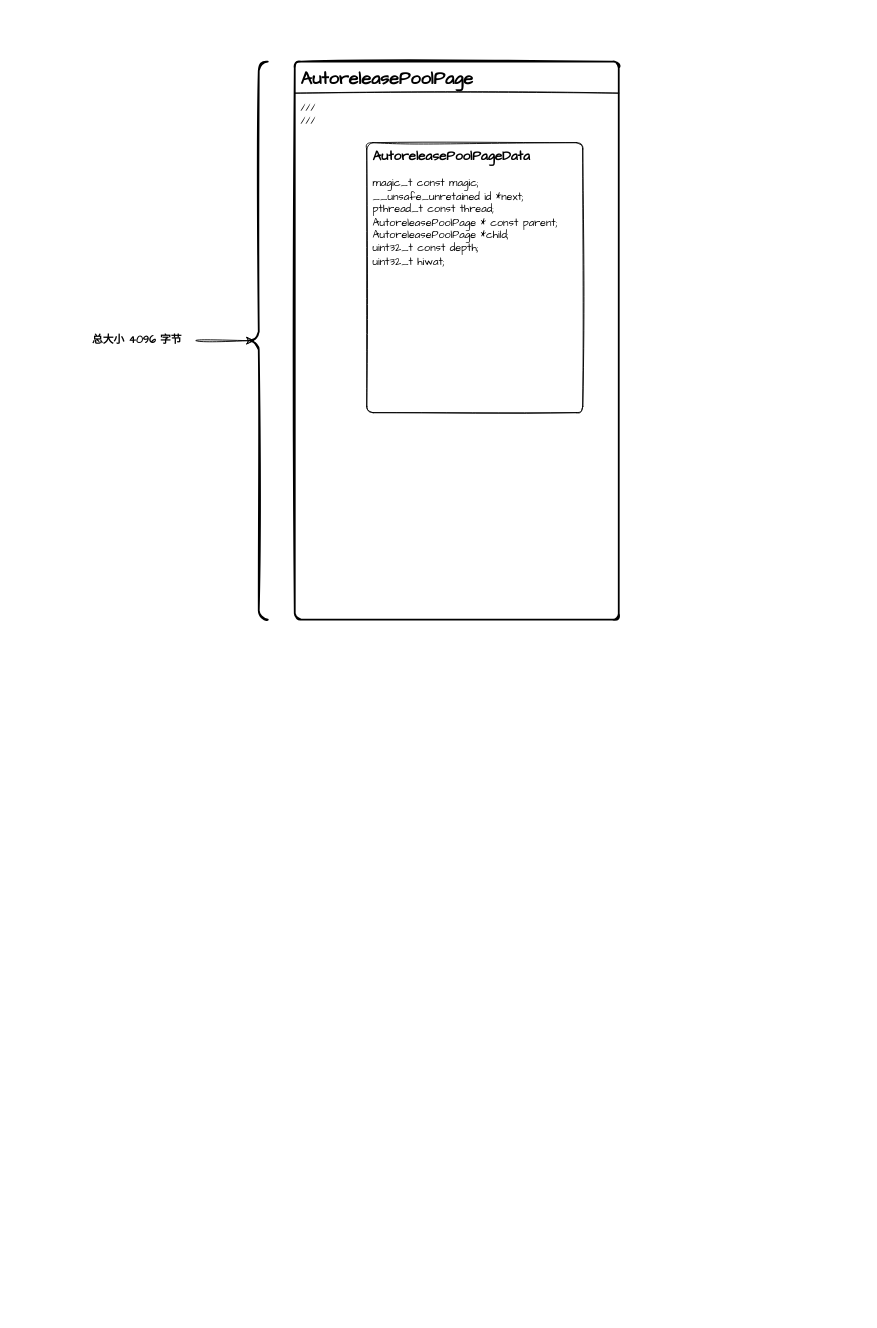
Earlier version of the draw.io diagram Algorithm_C/Block/md/AutoreleasePool结构图.drawio (chm994483868/AlgorithmExample). Source tidied: cells renumbered, new cells numbered last; positions are measured from the earlier drawing's top-left corner, leaving out a move shared by most shapes. Both pictures are drawn from the tidied source at 90%, with x=0, y=0 at pixel (78, 61).
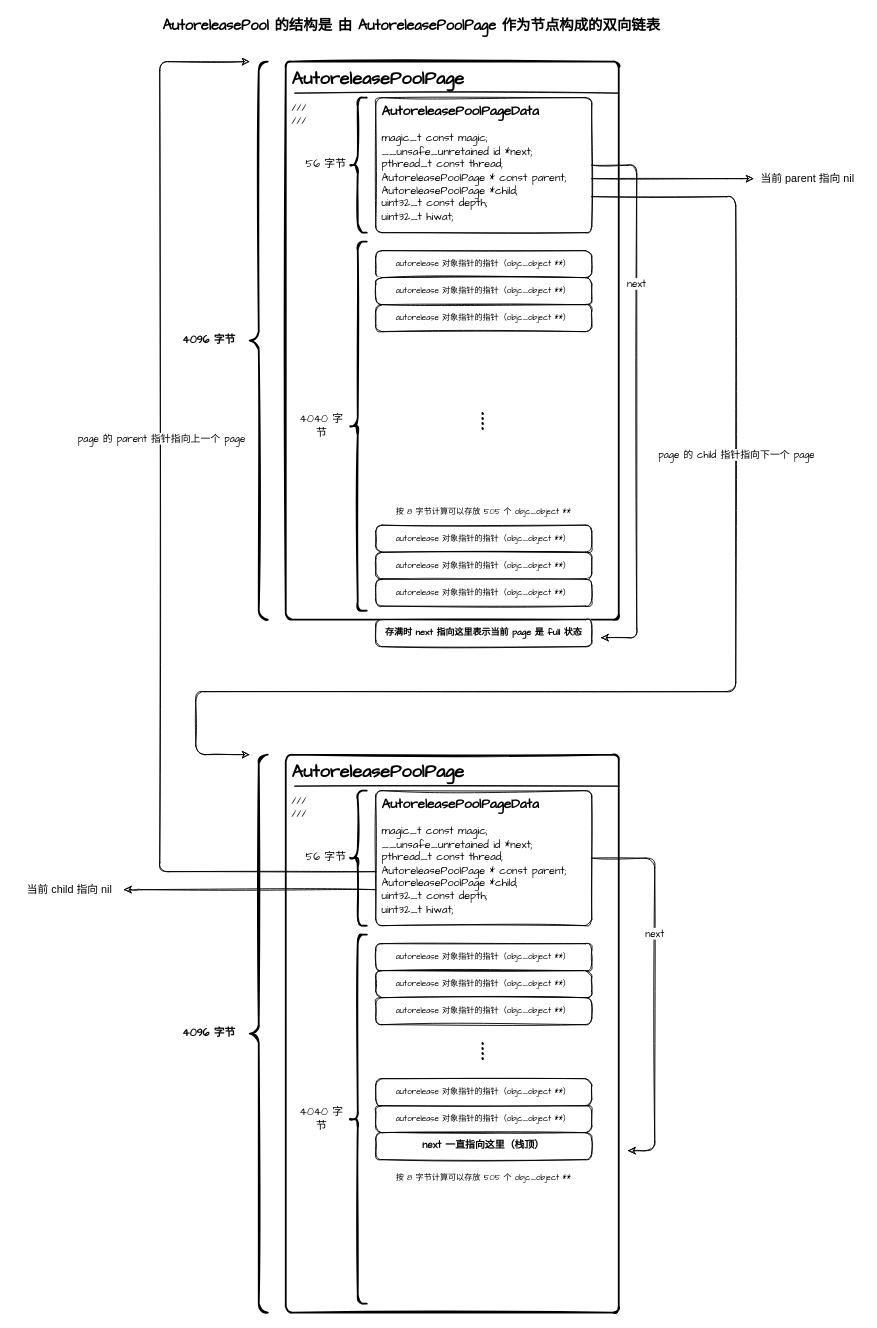
Above is the later version.

Unchanged cells that the change refers to:
```xml
<mxCell id="3" style="labelPosition=right;align=left;strokeWidth=2;shape=mxgraph.mockup.markup.curlyBrace;html=1;shadow=0;direction=north;sketch=1;fontFamily=Comic Sans MS;" parent="1" vertex="1">
  <mxGeometry x="190" width="20" height="620" as="geometry" />
</mxCell>
```

The edit, as a diff of the source:
```diff
@@
     <mxCell id="2" value="&lt;font size=&quot;1&quot;&gt;&lt;b style=&quot;font-size: 20px&quot;&gt;AutoreleasePoolPage&lt;/b&gt;&lt;/font&gt;&lt;br&gt;&lt;br&gt;///&lt;br&gt;///" style="rounded=1;whiteSpace=wrap;html=1;absoluteArcSize=1;arcSize=14;strokeWidth=2;sketch=1;fontFamily=Comic Sans MS;align=left;spacingLeft=5;verticalAlign=top;" parent="1" vertex="1">
-      <mxGeometry x="240" width="360" height="620" as="geometry" />
+      <mxGeometry x="230" width="370" height="620" as="geometry" />
     </mxCell>
@@
-    <mxCell id="4" style="edgeStyle=orthogonalEdgeStyle;curved=1;sketch=1;jettySize=auto;html=1;entryX=0.5;entryY=0.25;entryDx=0;entryDy=0;entryPerimeter=0;fontFamily=Comic Sans MS;" parent="1" edge="1" source="5" target="3">
-      <mxGeometry relative="1" as="geometry" />
-    </mxCell>
-    <mxCell id="5" value="&lt;b&gt;总大小 4096 字节&lt;/b&gt;" style="text;html=1;strokeColor=none;fillColor=none;align=center;verticalAlign=middle;whiteSpace=wrap;rounded=0;sketch=1;fontFamily=Comic Sans MS;" parent="1" vertex="1">
-      <mxGeometry y="300" width="130" height="20" as="geometry" />
+    <mxCell id="5" value="&lt;b&gt;4096 字节&lt;/b&gt;" style="text;html=1;strokeColor=none;fillColor=none;align=center;verticalAlign=middle;whiteSpace=wrap;rounded=0;sketch=1;fontFamily=Comic Sans MS;" parent="1" vertex="1">
+      <mxGeometry x="80" y="300" width="130" height="20" as="geometry" />
     </mxCell>
+    <mxCell id="8" style="edgeStyle=orthogonalEdgeStyle;rounded=1;sketch=1;jettySize=auto;html=1;fontFamily=Comic Sans MS;" parent="1" edge="1" source="6" target="25">
+      <mxGeometry relative="1" as="geometry">
+        <Array as="points">
+          <mxPoint x="730" y="150" />
+          <mxPoint x="730" y="700" />
+          <mxPoint x="130" y="700" />
+          <mxPoint x="130" y="770" />
+        </Array>
+      </mxGeometry>
+    </mxCell>
+    <mxCell id="9" value="page 的 child 指针指向下一个 page&amp;nbsp;" style="edgeLabel;html=1;align=center;verticalAlign=middle;fontFamily=Comic Sans MS;" parent="8" vertex="1">
+      <mxGeometry x="-0.38" y="2" relative="1" as="geometry" />
+    </mxCell>
+    <mxCell id="10" style="edgeStyle=orthogonalEdgeStyle;rounded=1;sketch=1;jettySize=auto;html=1;fontFamily=Comic Sans MS;" parent="1" edge="1" source="6">
+      <mxGeometry relative="1" as="geometry">
+        <mxPoint x="750" y="130" as="targetPoint" />
+        <Array as="points">
+          <mxPoint x="730" y="130" />
+        </Array>
+      </mxGeometry>
+    </mxCell>
+    <mxCell id="11" style="edgeStyle=orthogonalEdgeStyle;rounded=1;sketch=1;jettySize=auto;html=1;fontFamily=Comic Sans MS;" parent="1" edge="1" source="6">
+      <mxGeometry relative="1" as="geometry">
+        <mxPoint x="580" y="640" as="targetPoint" />
+        <Array as="points">
+          <mxPoint x="620" y="115" />
+          <mxPoint x="620" y="640" />
+        </Array>
+      </mxGeometry>
+    </mxCell>
+    <mxCell id="12" value="next&amp;nbsp;" style="edgeLabel;html=1;align=center;verticalAlign=middle;fontFamily=Comic Sans MS;" parent="11" vertex="1">
+      <mxGeometry x="-0.41" y="1" relative="1" as="geometry" />
+    </mxCell>
     <mxCell id="6" value="&lt;font style=&quot;font-size: 15px&quot;&gt;&lt;b&gt;AutoreleasePoolPageData&lt;/b&gt;&lt;/font&gt;&lt;br&gt;&lt;br&gt;&lt;div&gt;magic_t const magic;&lt;/div&gt;&lt;div&gt;__unsafe_unretained id *next;&lt;/div&gt;&lt;div&gt;pthread_t const thread;&lt;/div&gt;&lt;div&gt;AutoreleasePoolPage * const parent;&lt;/div&gt;&lt;div&gt;AutoreleasePoolPage *child;&lt;/div&gt;&lt;div&gt;uint32_t const depth;&lt;/div&gt;&lt;div&gt;uint32_t hiwat;&lt;/div&gt;" style="rounded=1;whiteSpace=wrap;html=1;absoluteArcSize=1;arcSize=14;strokeWidth=1;sketch=1;fontFamily=Comic Sans MS;align=left;verticalAlign=top;spacingLeft=5;" parent="1" vertex="1">
-      <mxGeometry x="320" y="90" width="240" height="300" as="geometry" />
+      <mxGeometry x="330" y="40" width="240" height="150" as="geometry" />
     </mxCell>
@@
+    <mxCell id="13" style="shape=curlyBracket;whiteSpace=wrap;html=1;rounded=1;sketch=1;strokeWidth=2;" parent="1" vertex="1">
+      <mxGeometry x="300" y="40" width="20" height="150" as="geometry" />
+    </mxCell>
+    <mxCell id="14" value="56 字节" style="text;html=1;strokeColor=none;fillColor=none;align=center;verticalAlign=middle;whiteSpace=wrap;rounded=0;sketch=1;fontFamily=Comic Sans MS;" parent="1" vertex="1">
+      <mxGeometry x="250" y="105" width="50" height="20" as="geometry" />
+    </mxCell>
+    <mxCell id="15" style="shape=curlyBracket;whiteSpace=wrap;html=1;rounded=1;sketch=1;strokeWidth=2;fontFamily=Comic Sans MS;" parent="1" vertex="1">
+      <mxGeometry x="300" y="200" width="20" height="410" as="geometry" />
+    </mxCell>
+    <mxCell id="16" value="4040 字节" style="text;html=1;strokeColor=none;fillColor=none;align=center;verticalAlign=middle;whiteSpace=wrap;rounded=0;sketch=1;fontFamily=Comic Sans MS;" parent="1" vertex="1">
+      <mxGeometry x="240" y="395" width="60" height="20" as="geometry" />
+    </mxCell>
+    <mxCell id="17" value="&lt;font style=&quot;font-size: 9px&quot;&gt;autorelease 对象指针的指针（objc_object **）&lt;/font&gt;" style="rounded=1;whiteSpace=wrap;html=1;absoluteArcSize=1;arcSize=14;strokeWidth=1;sketch=1;fontFamily=Comic Sans MS;" parent="1" vertex="1">
+      <mxGeometry x="330" y="210" width="240" height="30" as="geometry" />
+    </mxCell>
+    <mxCell id="18" value="&lt;font style=&quot;font-size: 9px&quot;&gt;autorelease 对象指针的指针（objc_object **）&lt;/font&gt;" style="rounded=1;whiteSpace=wrap;html=1;absoluteArcSize=1;arcSize=14;strokeWidth=1;sketch=1;fontFamily=Comic Sans MS;" parent="1" vertex="1">
+      <mxGeometry x="330" y="240" width="240" height="30" as="geometry" />
+    </mxCell>
+    <mxCell id="19" value="&lt;font style=&quot;font-size: 9px&quot;&gt;autorelease 对象指针的指针（objc_object **）&lt;/font&gt;" style="rounded=1;whiteSpace=wrap;html=1;absoluteArcSize=1;arcSize=14;strokeWidth=1;sketch=1;fontFamily=Comic Sans MS;" parent="1" vertex="1">
+      <mxGeometry x="330" y="270" width="240" height="30" as="geometry" />
+    </mxCell>
+    <mxCell id="20" value="&lt;font style=&quot;font-size: 9px&quot;&gt;autorelease 对象指针的指针（objc_object **）&lt;/font&gt;" style="rounded=1;whiteSpace=wrap;html=1;absoluteArcSize=1;arcSize=14;strokeWidth=1;sketch=1;fontFamily=Comic Sans MS;" parent="1" vertex="1">
+      <mxGeometry x="330" y="545" width="240" height="30" as="geometry" />
+    </mxCell>
+    <mxCell id="21" value="&lt;font style=&quot;font-size: 9px&quot;&gt;autorelease 对象指针的指针（objc_object **）&lt;/font&gt;" style="rounded=1;whiteSpace=wrap;html=1;absoluteArcSize=1;arcSize=14;strokeWidth=1;sketch=1;fontFamily=Comic Sans MS;" parent="1" vertex="1">
+      <mxGeometry x="330" y="515" width="240" height="30" as="geometry" />
+    </mxCell>
+    <mxCell id="22" value="&lt;font style=&quot;font-size: 9px&quot;&gt;按 8 字节计算可以存放 505 个 objc_object **&lt;/font&gt;" style="text;html=1;strokeColor=none;fillColor=none;align=center;verticalAlign=middle;whiteSpace=wrap;rounded=0;sketch=1;fontFamily=Comic Sans MS;" parent="1" vertex="1">
+      <mxGeometry x="330" y="490" width="240" height="20" as="geometry" />
+    </mxCell>
+    <mxCell id="23" value="&lt;h1&gt;&lt;span style=&quot;font-size: 39px ; font-weight: normal&quot;&gt;....&lt;/span&gt;&lt;br&gt;&lt;/h1&gt;" style="text;html=1;strokeColor=none;fillColor=none;align=center;verticalAlign=middle;whiteSpace=wrap;rounded=0;sketch=1;fontFamily=Comic Sans MS;rotation=90;" parent="1" vertex="1">
+      <mxGeometry x="440" y="390" width="40" height="20" as="geometry" />
+    </mxCell>
+    <mxCell id="24" value="&lt;font size=&quot;1&quot;&gt;&lt;b style=&quot;font-size: 20px&quot;&gt;AutoreleasePoolPage&lt;/b&gt;&lt;/font&gt;&lt;br&gt;&lt;br&gt;///&lt;br&gt;///" style="rounded=1;whiteSpace=wrap;html=1;absoluteArcSize=1;arcSize=14;strokeWidth=2;sketch=1;fontFamily=Comic Sans MS;align=left;spacingLeft=5;verticalAlign=top;" parent="1" vertex="1">
+      <mxGeometry x="230" y="770" width="370" height="620" as="geometry" />
+    </mxCell>
+    <mxCell id="25" style="labelPosition=right;align=left;strokeWidth=2;shape=mxgraph.mockup.markup.curlyBrace;html=1;shadow=0;direction=north;sketch=1;fontFamily=Comic Sans MS;" parent="1" vertex="1">
+      <mxGeometry x="190" y="770" width="20" height="620" as="geometry" />
+    </mxCell>
+    <mxCell id="26" style="edgeStyle=orthogonalEdgeStyle;rounded=1;sketch=1;jettySize=auto;html=1;fontFamily=Comic Sans MS;" parent="1" edge="1" source="31" target="3">
+      <mxGeometry relative="1" as="geometry">
+        <Array as="points">
+          <mxPoint x="90" y="900" />
+          <mxPoint x="90" />
+        </Array>
+      </mxGeometry>
+    </mxCell>
+    <mxCell id="27" value="page 的 parent 指针指向上一个 page" style="edgeLabel;html=1;align=center;verticalAlign=middle;fontFamily=Comic Sans MS;" parent="26" vertex="1">
+      <mxGeometry x="-0.05" y="-1" relative="1" as="geometry">
+        <mxPoint y="-133" as="offset" />
+      </mxGeometry>
+    </mxCell>
+    <mxCell id="28" style="edgeStyle=orthogonalEdgeStyle;rounded=1;sketch=1;jettySize=auto;html=1;fontFamily=Comic Sans MS;" parent="1" edge="1" source="31" target="49">
+      <mxGeometry relative="1" as="geometry">
+        <Array as="points">
+          <mxPoint x="60" y="920" />
+        </Array>
+      </mxGeometry>
+    </mxCell>
+    <mxCell id="29" style="edgeStyle=orthogonalEdgeStyle;rounded=1;sketch=1;jettySize=auto;html=1;fontFamily=Comic Sans MS;" parent="1" edge="1" source="31">
+      <mxGeometry relative="1" as="geometry">
+        <mxPoint x="610" y="1210" as="targetPoint" />
+        <Array as="points">
+          <mxPoint x="640" y="885" />
+          <mxPoint x="640" y="1210" />
+        </Array>
+      </mxGeometry>
+    </mxCell>
+    <mxCell id="30" value="next" style="edgeLabel;html=1;align=center;verticalAlign=middle;fontFamily=Comic Sans MS;" parent="29" vertex="1">
+      <mxGeometry x="-0.28" y="-1" relative="1" as="geometry" />
+    </mxCell>
+    <mxCell id="31" value="&lt;font style=&quot;font-size: 15px&quot;&gt;&lt;b&gt;AutoreleasePoolPageData&lt;/b&gt;&lt;/font&gt;&lt;br&gt;&lt;br&gt;&lt;div&gt;magic_t const magic;&lt;/div&gt;&lt;div&gt;__unsafe_unretained id *next;&lt;/div&gt;&lt;div&gt;pthread_t const thread;&lt;/div&gt;&lt;div&gt;AutoreleasePoolPage * const parent;&lt;/div&gt;&lt;div&gt;AutoreleasePoolPage *child;&lt;/div&gt;&lt;div&gt;uint32_t const depth;&lt;/div&gt;&lt;div&gt;uint32_t hiwat;&lt;/div&gt;" style="rounded=1;whiteSpace=wrap;html=1;absoluteArcSize=1;arcSize=14;strokeWidth=1;sketch=1;fontFamily=Comic Sans MS;align=left;verticalAlign=top;spacingLeft=5;" parent="1" vertex="1">
+      <mxGeometry x="330" y="810" width="240" height="150" as="geometry" />
+    </mxCell>
+    <mxCell id="32" style="line;strokeWidth=1;html=1;sketch=1;gradientColor=none;fontFamily=Comic Sans MS;align=left;" parent="1" vertex="1">
+      <mxGeometry x="240" y="800" width="360" height="10" as="geometry" />
+    </mxCell>
+    <mxCell id="33" style="shape=curlyBracket;whiteSpace=wrap;html=1;rounded=1;sketch=1;strokeWidth=2;" parent="1" vertex="1">
+      <mxGeometry x="300" y="810" width="20" height="150" as="geometry" />
+    </mxCell>
+    <mxCell id="34" value="56 字节" style="text;html=1;strokeColor=none;fillColor=none;align=center;verticalAlign=middle;whiteSpace=wrap;rounded=0;sketch=1;fontFamily=Comic Sans MS;" parent="1" vertex="1">
+      <mxGeometry x="250" y="875" width="50" height="20" as="geometry" />
+    </mxCell>
+    <mxCell id="35" style="shape=curlyBracket;whiteSpace=wrap;html=1;rounded=1;sketch=1;strokeWidth=2;fontFamily=Comic Sans MS;" parent="1" vertex="1">
+      <mxGeometry x="300" y="970" width="20" height="410" as="geometry" />
+    </mxCell>
+    <mxCell id="36" value="4040 字节" style="text;html=1;strokeColor=none;fillColor=none;align=center;verticalAlign=middle;whiteSpace=wrap;rounded=0;sketch=1;fontFamily=Comic Sans MS;" parent="1" vertex="1">
+      <mxGeometry x="240" y="1165" width="60" height="20" as="geometry" />
+    </mxCell>
+    <mxCell id="37" value="&lt;font style=&quot;font-size: 9px&quot;&gt;autorelease 对象指针的指针（objc_object **）&lt;/font&gt;" style="rounded=1;whiteSpace=wrap;html=1;absoluteArcSize=1;arcSize=14;strokeWidth=1;sketch=1;fontFamily=Comic Sans MS;" parent="1" vertex="1">
+      <mxGeometry x="330" y="980" width="240" height="30" as="geometry" />
+    </mxCell>
+    <mxCell id="38" value="&lt;font style=&quot;font-size: 9px&quot;&gt;autorelease 对象指针的指针（objc_object **）&lt;/font&gt;" style="rounded=1;whiteSpace=wrap;html=1;absoluteArcSize=1;arcSize=14;strokeWidth=1;sketch=1;fontFamily=Comic Sans MS;" parent="1" vertex="1">
+      <mxGeometry x="330" y="1010" width="240" height="30" as="geometry" />
+    </mxCell>
+    <mxCell id="39" value="&lt;font style=&quot;font-size: 9px&quot;&gt;autorelease 对象指针的指针（objc_object **）&lt;/font&gt;" style="rounded=1;whiteSpace=wrap;html=1;absoluteArcSize=1;arcSize=14;strokeWidth=1;sketch=1;fontFamily=Comic Sans MS;" parent="1" vertex="1">
+      <mxGeometry x="330" y="1040" width="240" height="30" as="geometry" />
+    </mxCell>
+    <mxCell id="40" value="&lt;font style=&quot;font-size: 9px&quot;&gt;autorelease 对象指针的指针（objc_object **）&lt;/font&gt;" style="rounded=1;whiteSpace=wrap;html=1;absoluteArcSize=1;arcSize=14;strokeWidth=1;sketch=1;fontFamily=Comic Sans MS;" parent="1" vertex="1">
+      <mxGeometry x="330" y="1160" width="240" height="30" as="geometry" />
+    </mxCell>
+    <mxCell id="41" value="&lt;font style=&quot;font-size: 9px&quot;&gt;autorelease 对象指针的指针（objc_object **）&lt;/font&gt;" style="rounded=1;whiteSpace=wrap;html=1;absoluteArcSize=1;arcSize=14;strokeWidth=1;sketch=1;fontFamily=Comic Sans MS;" parent="1" vertex="1">
+      <mxGeometry x="330" y="1130" width="240" height="30" as="geometry" />
+    </mxCell>
+    <mxCell id="42" value="&lt;font style=&quot;font-size: 9px&quot;&gt;按 8 字节计算可以存放 505 个 objc_object **&lt;/font&gt;" style="text;html=1;strokeColor=none;fillColor=none;align=center;verticalAlign=middle;whiteSpace=wrap;rounded=0;sketch=1;fontFamily=Comic Sans MS;" parent="1" vertex="1">
+      <mxGeometry x="330" y="1230" width="240" height="20" as="geometry" />
+    </mxCell>
+    <mxCell id="43" value="&lt;h1&gt;&lt;span style=&quot;font-size: 39px ; font-weight: normal&quot;&gt;....&lt;/span&gt;&lt;br&gt;&lt;/h1&gt;" style="text;html=1;strokeColor=none;fillColor=none;align=center;verticalAlign=middle;whiteSpace=wrap;rounded=0;sketch=1;fontFamily=Comic Sans MS;rotation=90;" parent="1" vertex="1">
+      <mxGeometry x="440" y="1090" width="40" height="20" as="geometry" />
+    </mxCell>
+    <mxCell id="44" value="&lt;font size=&quot;1&quot;&gt;&lt;b style=&quot;font-size: 11px&quot;&gt;next 一直指向这里（栈顶）&lt;/b&gt;&lt;/font&gt;" style="rounded=1;whiteSpace=wrap;html=1;absoluteArcSize=1;arcSize=14;strokeWidth=1;sketch=1;fontFamily=Comic Sans MS;" parent="1" vertex="1">
+      <mxGeometry x="330" y="1190" width="240" height="30" as="geometry" />
+    </mxCell>
+    <mxCell id="45" value="&lt;b&gt;4096 字节&lt;/b&gt;" style="text;html=1;strokeColor=none;fillColor=none;align=center;verticalAlign=middle;whiteSpace=wrap;rounded=0;sketch=1;fontFamily=Comic Sans MS;" parent="1" vertex="1">
+      <mxGeometry x="80" y="1070" width="130" height="20" as="geometry" />
+    </mxCell>
+    <mxCell id="46" value="&lt;font size=&quot;1&quot;&gt;&lt;b&gt;存满时 next 指向这里表示当前 page 是 full 状态&lt;/b&gt;&lt;/font&gt;" style="rounded=1;whiteSpace=wrap;html=1;absoluteArcSize=1;arcSize=14;strokeWidth=1;sketch=1;fontFamily=Comic Sans MS;" parent="1" vertex="1">
+      <mxGeometry x="330" y="620" width="240" height="30" as="geometry" />
+    </mxCell>
+    <mxCell id="47" value="&lt;font style=&quot;font-size: 9px&quot;&gt;autorelease 对象指针的指针（objc_object **）&lt;/font&gt;" style="rounded=1;whiteSpace=wrap;html=1;absoluteArcSize=1;arcSize=14;strokeWidth=1;sketch=1;fontFamily=Comic Sans MS;" parent="1" vertex="1">
+      <mxGeometry x="330" y="575" width="240" height="30" as="geometry" />
+    </mxCell>
+    <mxCell id="48" value="&lt;font style=&quot;font-size: 16px&quot;&gt;&lt;b&gt;AutoreleasePool 的结构是 由 AutoreleasePoolPage 作为节点构成的双向链表&lt;/b&gt;&lt;/font&gt;" style="text;html=1;strokeColor=none;fillColor=none;align=center;verticalAlign=middle;whiteSpace=wrap;rounded=0;sketch=1;fontFamily=Comic Sans MS;" parent="1" vertex="1">
+      <mxGeometry x="60" y="-50" width="620" height="20" as="geometry" />
+    </mxCell>
+    <mxCell id="49" value="当前 child 指向 nil" style="text;html=1;strokeColor=none;fillColor=none;align=center;verticalAlign=middle;whiteSpace=wrap;rounded=0;" parent="1" vertex="1">
+      <mxGeometry x="-70" y="910" width="120" height="20" as="geometry" />
+    </mxCell>
+    <mxCell id="50" value="&lt;span style=&quot;font-family: &amp;#34;helvetica&amp;#34;&quot;&gt;当前 parent 指向 nil&lt;/span&gt;" style="text;html=1;strokeColor=none;fillColor=none;align=center;verticalAlign=middle;whiteSpace=wrap;rounded=0;sketch=1;fontFamily=Comic Sans MS;" parent="1" vertex="1">
+      <mxGeometry x="750" y="120" width="120" height="20" as="geometry" />
+    </mxCell>
```
